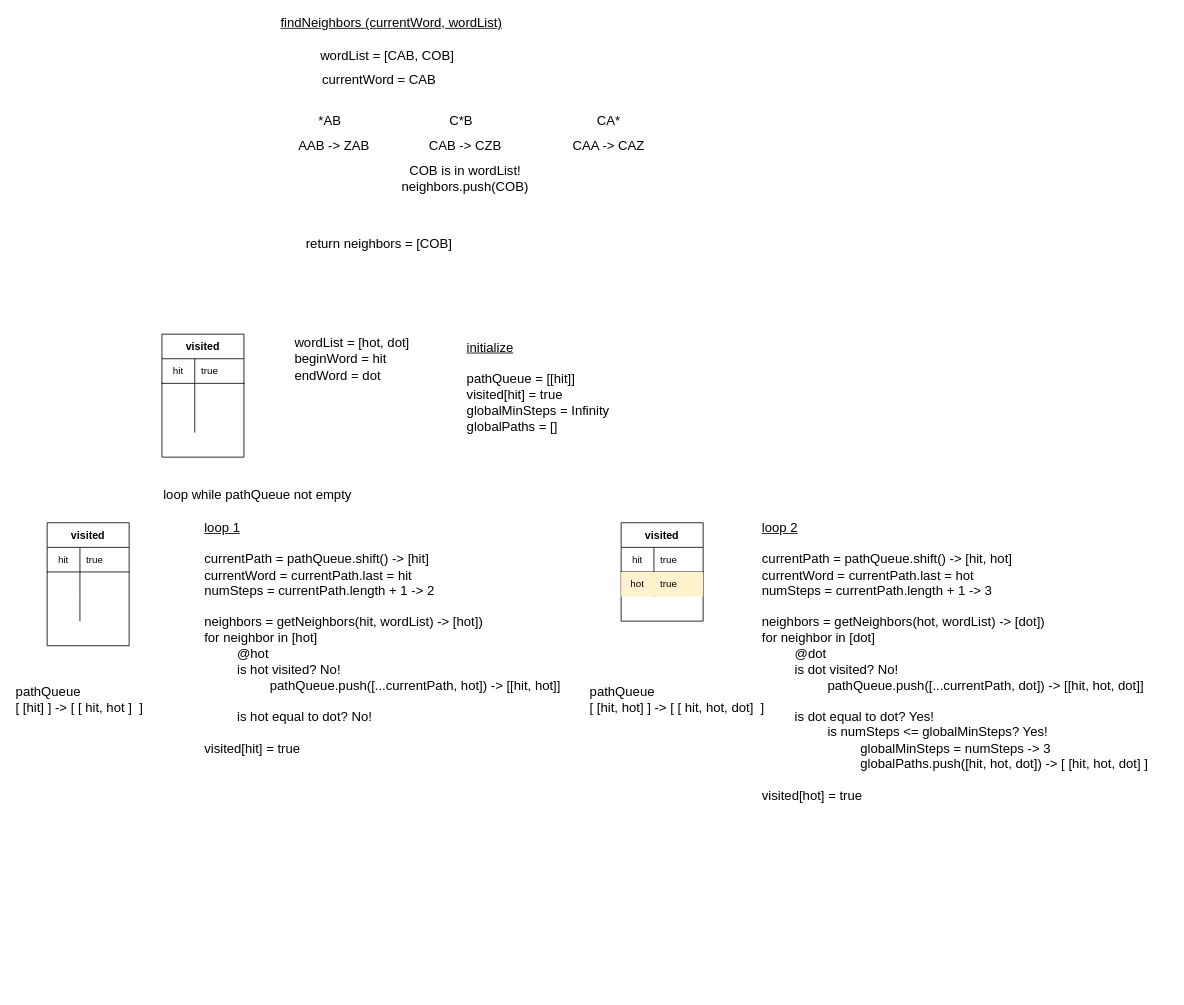
Earlier version of the draw.io diagram page "LC126: Word Ladder II" (15 of 17) of Leetcode Visuals/Trees and Graphs.drawio (bcfchen/algorithm). Source tidied: cells renumbered, new cells numbered last; positions are measured from the earlier drawing's top-left corner, leaving out a move shared by most shapes. Both pictures are drawn from the tidied source at 82%, with x=0, y=0 at pixel (14, 14).
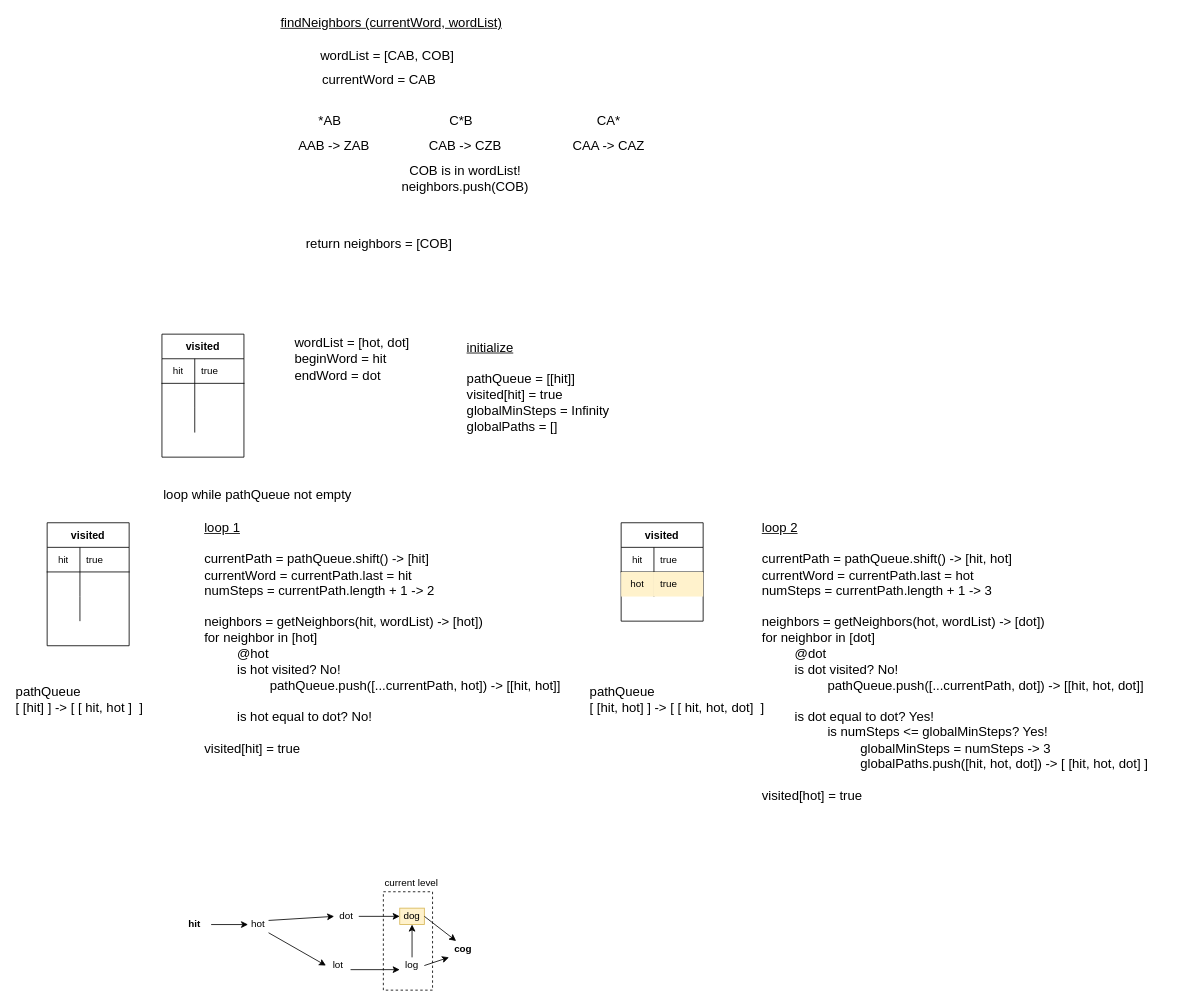
Above is the later version.

Change to the diagram source:
```diff
@@
+    <mxCell id="49" value="hit" style="text;html=1;strokeColor=none;fillColor=none;align=center;verticalAlign=middle;whiteSpace=wrap;rounded=0;labelBackgroundColor=none;fontSize=12;fontColor=#000000;fontStyle=1;" parent="1" vertex="1">
+      <mxGeometry x="200" y="1100" width="40" height="20" as="geometry" />
+    </mxCell>
+    <mxCell id="50" value="hot" style="text;html=1;strokeColor=none;fillColor=none;align=center;verticalAlign=middle;whiteSpace=wrap;rounded=0;labelBackgroundColor=none;fontSize=12;fontColor=#000000;" parent="1" vertex="1">
+      <mxGeometry x="285" y="1100" width="25" height="20" as="geometry" />
+    </mxCell>
+    <mxCell id="51" value="dot" style="text;html=1;strokeColor=none;fillColor=none;align=center;verticalAlign=middle;whiteSpace=wrap;rounded=0;labelBackgroundColor=none;fontSize=12;fontColor=#000000;" parent="1" vertex="1">
+      <mxGeometry x="390" y="1090" width="30" height="20" as="geometry" />
+    </mxCell>
+    <mxCell id="52" value="dog" style="text;html=1;strokeColor=#d6b656;fillColor=#fff2cc;align=center;verticalAlign=middle;whiteSpace=wrap;rounded=0;labelBackgroundColor=none;fontSize=12;" parent="1" vertex="1">
+      <mxGeometry x="470" y="1090" width="30" height="20" as="geometry" />
+    </mxCell>
+    <mxCell id="53" value="cog" style="text;html=1;strokeColor=none;fillColor=none;align=center;verticalAlign=middle;whiteSpace=wrap;rounded=0;labelBackgroundColor=none;fontSize=12;fontColor=#000000;fontStyle=1;" parent="1" vertex="1">
+      <mxGeometry x="530" y="1130" width="35" height="20" as="geometry" />
+    </mxCell>
+    <mxCell id="54" value="lot" style="text;html=1;strokeColor=none;fillColor=none;align=center;verticalAlign=middle;whiteSpace=wrap;rounded=0;labelBackgroundColor=none;fontSize=12;fontColor=#000000;" parent="1" vertex="1">
+      <mxGeometry x="380" y="1150" width="30" height="20" as="geometry" />
+    </mxCell>
+    <mxCell id="55" value="log" style="text;html=1;strokeColor=none;fillColor=none;align=center;verticalAlign=middle;whiteSpace=wrap;rounded=0;labelBackgroundColor=none;fontSize=12;fontColor=#000000;" parent="1" vertex="1">
+      <mxGeometry x="470" y="1150" width="30" height="20" as="geometry" />
+    </mxCell>
+    <mxCell id="56" style="endArrow=classic;html=1;fontSize=12;fontColor=#000000;strokeColor=#000000;exitX=1;exitY=0.5;exitDx=0;exitDy=0;entryX=0;entryY=0.5;entryDx=0;entryDy=0;endFill=1;" parent="1" edge="1" source="49" target="50">
+      <mxGeometry relative="1" as="geometry" />
+    </mxCell>
+    <mxCell id="57" style="endArrow=classic;html=1;fontSize=12;fontColor=#000000;strokeColor=#000000;exitX=1;exitY=0.25;exitDx=0;exitDy=0;entryX=0;entryY=0.5;entryDx=0;entryDy=0;endFill=1;" parent="1" edge="1" source="50" target="51">
+      <mxGeometry relative="1" as="geometry" />
+    </mxCell>
+    <mxCell id="58" style="endArrow=classic;html=1;fontSize=12;fontColor=#000000;strokeColor=#000000;exitX=1;exitY=1;exitDx=0;exitDy=0;entryX=0;entryY=0.5;entryDx=0;entryDy=0;endFill=1;" parent="1" edge="1" source="50" target="54">
+      <mxGeometry relative="1" as="geometry" />
+    </mxCell>
+    <mxCell id="59" style="endArrow=classic;html=1;fontSize=12;fontColor=#000000;strokeColor=#000000;exitX=1;exitY=0.5;exitDx=0;exitDy=0;entryX=0;entryY=0.5;entryDx=0;entryDy=0;endFill=1;" parent="1" edge="1" source="51" target="52">
+      <mxGeometry relative="1" as="geometry" />
+    </mxCell>
+    <mxCell id="60" style="endArrow=classic;html=1;fontSize=12;fontColor=#000000;strokeColor=#000000;exitX=1;exitY=0.75;exitDx=0;exitDy=0;entryX=0;entryY=0.75;entryDx=0;entryDy=0;endFill=1;" parent="1" edge="1" source="54" target="55">
+      <mxGeometry relative="1" as="geometry" />
+    </mxCell>
+    <mxCell id="61" style="endArrow=classic;html=1;fontSize=12;fontColor=#000000;strokeColor=#000000;exitX=1;exitY=0.5;exitDx=0;exitDy=0;entryX=0;entryY=1;entryDx=0;entryDy=0;endFill=1;" parent="1" edge="1" source="55" target="53">
+      <mxGeometry relative="1" as="geometry" />
+    </mxCell>
+    <mxCell id="62" style="endArrow=classic;html=1;fontSize=12;fontColor=#000000;strokeColor=#000000;entryX=0.25;entryY=0;entryDx=0;entryDy=0;endFill=1;exitX=1;exitY=0.5;exitDx=0;exitDy=0;" parent="1" edge="1" source="52" target="53">
+      <mxGeometry relative="1" as="geometry" />
+    </mxCell>
+    <mxCell id="63" style="endArrow=classic;html=1;fontSize=12;fontColor=#000000;strokeColor=#000000;entryX=0.5;entryY=1;entryDx=0;entryDy=0;endFill=1;" parent="1" edge="1" target="52">
+      <mxGeometry relative="1" as="geometry">
+        <mxPoint x="485" y="1150" as="sourcePoint" />
+      </mxGeometry>
+    </mxCell>
+    <mxCell id="64" style="rounded=0;whiteSpace=wrap;html=1;labelBackgroundColor=none;fontSize=12;fontColor=#000000;strokeColor=#000000;fillColor=none;align=left;dashed=1;" parent="1" vertex="1">
+      <mxGeometry x="450" y="1070" width="60" height="120" as="geometry" />
+    </mxCell>
+    <mxCell id="65" value="current level" style="text;html=1;strokeColor=none;fillColor=none;align=center;verticalAlign=middle;whiteSpace=wrap;rounded=0;labelBackgroundColor=none;fontSize=12;fontColor=#000000;" parent="1" vertex="1">
+      <mxGeometry x="447.5" y="1050" width="72.5" height="20" as="geometry" />
+    </mxCell>
```
